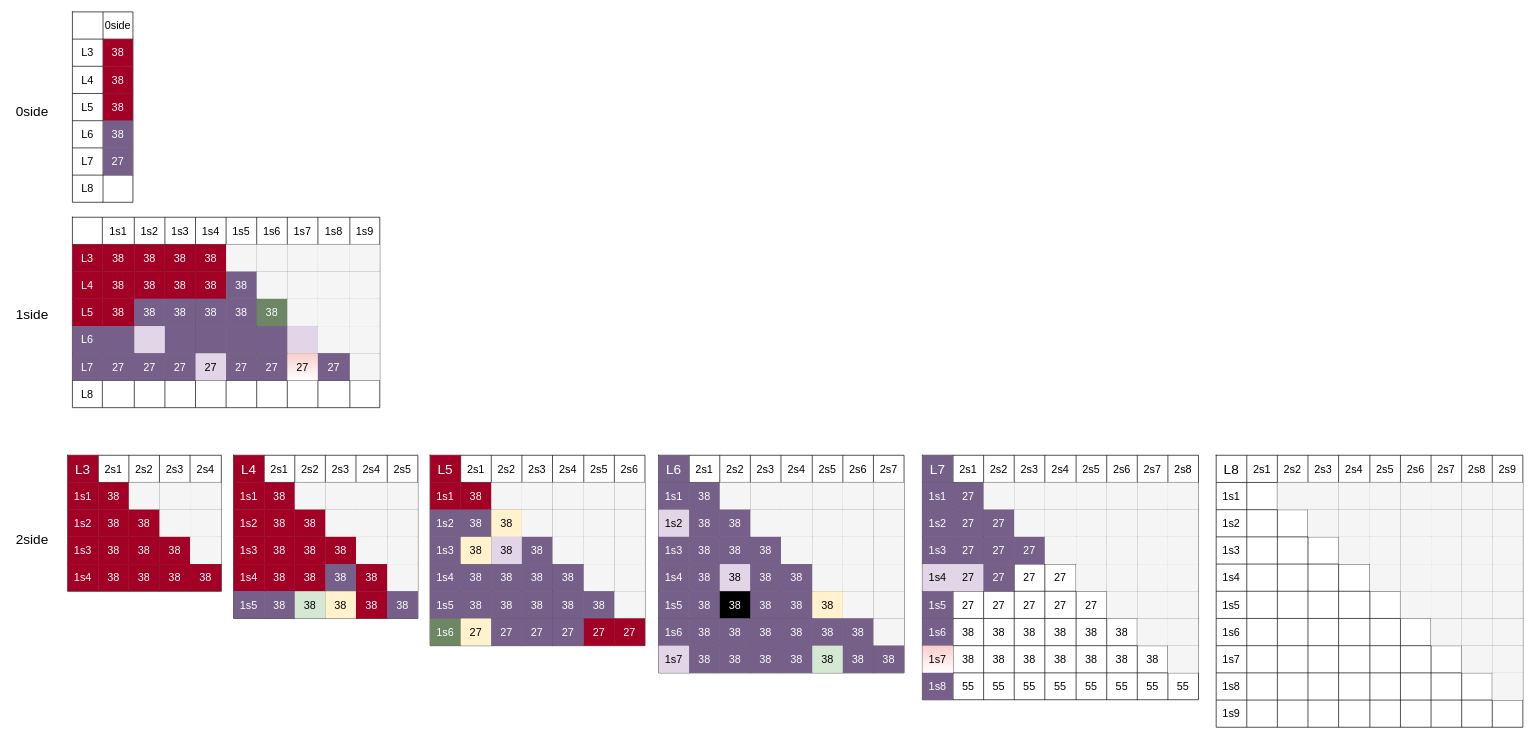
Above: page "012side" (1 of 7) of Drawio/觀察 Pyramid Exps7_v3_tight_crop_size256_pad60_jit15.drawio in KongBOy/kong_model2 (draw.io), before the change. Source tidied: cells renumbered, new cells numbered last; positions are measured from the earlier drawing's top-left corner, leaving out a move shared by most shapes. Both pictures are drawn from the tidied source at 68%, with x=0, y=0 at pixel (12, 12).
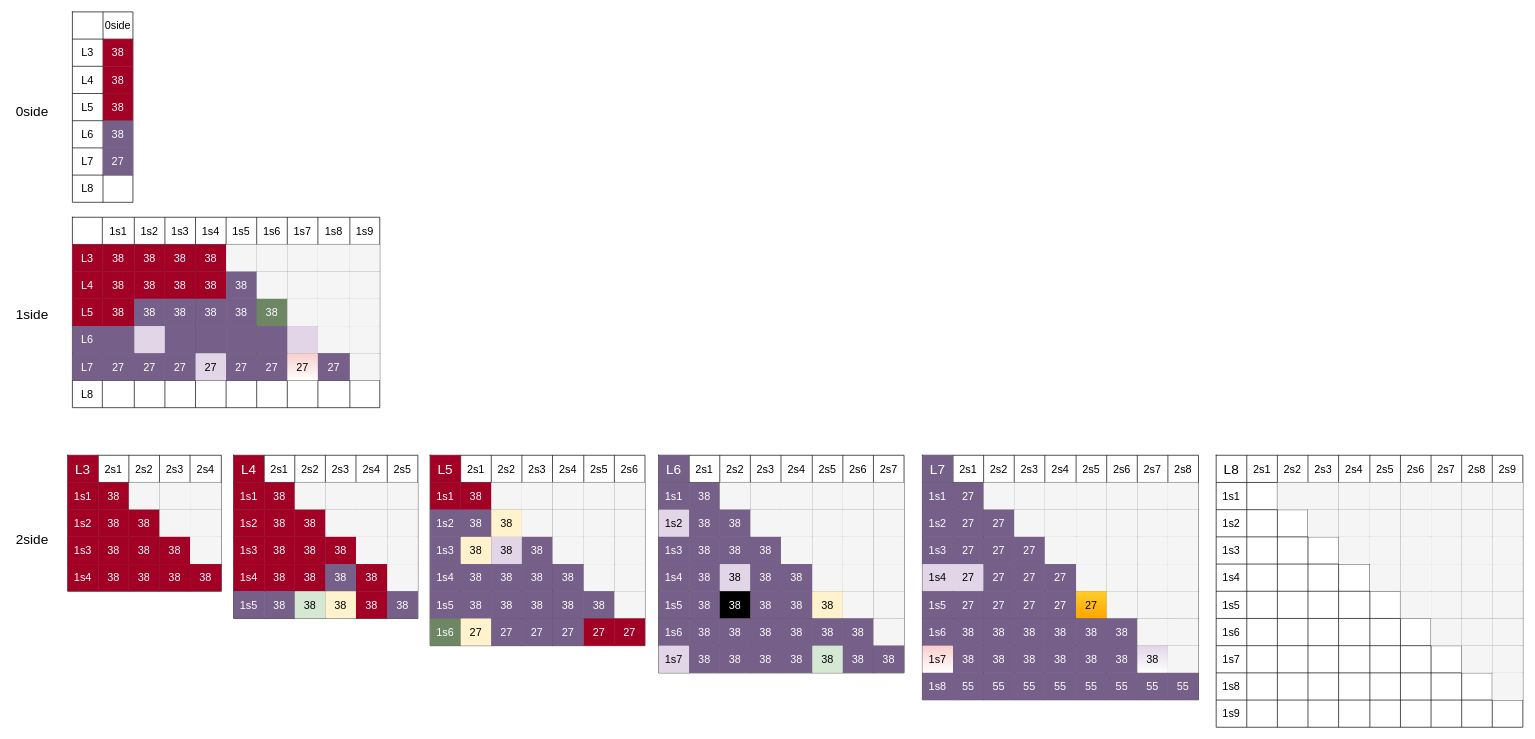
After the change.

The change refers to these unchanged cells:
```xml
<mxCell id="257" style="shape=tableRow;horizontal=0;startSize=0;swimlaneHead=0;swimlaneBody=0;top=0;left=0;bottom=0;right=0;fillColor=none;" parent="216" vertex="1">
  <mxGeometry y="160" width="406" height="40" as="geometry" />
</mxCell>
<mxCell id="267" style="shape=tableRow;horizontal=0;startSize=0;swimlaneHead=0;swimlaneBody=0;top=0;left=0;bottom=0;right=0;fillColor=none;" parent="216" vertex="1">
  <mxGeometry y="200" width="406" height="40" as="geometry" />
</mxCell>
<mxCell id="277" style="shape=tableRow;horizontal=0;startSize=0;swimlaneHead=0;swimlaneBody=0;top=0;left=0;bottom=0;right=0;fillColor=none;" parent="216" vertex="1">
  <mxGeometry y="240" width="406" height="40" as="geometry" />
</mxCell>
<mxCell id="287" style="shape=tableRow;horizontal=0;startSize=0;swimlaneHead=0;swimlaneBody=0;top=0;left=0;bottom=0;right=0;fillColor=none;" parent="216" vertex="1">
  <mxGeometry y="280" width="406" height="40" as="geometry" />
</mxCell>
<mxCell id="297" style="shape=tableRow;horizontal=0;startSize=0;swimlaneHead=0;swimlaneBody=0;top=0;left=0;bottom=0;right=0;fillColor=none;" parent="216" vertex="1">
  <mxGeometry y="320" width="406" height="40" as="geometry" />
</mxCell>
```

Change to the diagram source:
```diff
@@
-    <mxCell id="261" value="27" style="shape=partialRectangle;html=1;whiteSpace=wrap;overflow=hidden;fillColor=none;top=0;left=0;bottom=0;right=0;fontSize=16;" parent="257" vertex="1">
+    <mxCell id="261" value="27" style="shape=partialRectangle;html=1;whiteSpace=wrap;overflow=hidden;fillColor=#76608a;top=0;left=0;bottom=0;right=0;fontSize=16;strokeColor=#432D57;fontColor=#ffffff;" parent="257" vertex="1">
       <mxGeometry x="135" width="45" height="40" as="geometry" />
     </mxCell>
-    <mxCell id="262" value="27" style="shape=partialRectangle;html=1;whiteSpace=wrap;overflow=hidden;fillColor=none;top=0;left=0;bottom=0;right=0;fontSize=16;" parent="257" vertex="1">
+    <mxCell id="262" value="27" style="shape=partialRectangle;html=1;whiteSpace=wrap;overflow=hidden;fillColor=#76608a;top=0;left=0;bottom=0;right=0;fontSize=16;strokeColor=#432D57;fontColor=#ffffff;" parent="257" vertex="1">
       <mxGeometry x="180" width="46" height="40" as="geometry" />
     </mxCell>
@@
-    <mxCell id="269" value="27" style="shape=partialRectangle;html=1;whiteSpace=wrap;overflow=hidden;fillColor=none;top=0;left=0;bottom=0;right=0;fontSize=16;" parent="267" vertex="1">
+    <mxCell id="269" value="27" style="shape=partialRectangle;html=1;whiteSpace=wrap;overflow=hidden;fillColor=#76608a;top=0;left=0;bottom=0;right=0;fontSize=16;strokeColor=#432D57;fontColor=#ffffff;" parent="267" vertex="1">
       <mxGeometry x="45" width="45" height="40" as="geometry" />
     </mxCell>
-    <mxCell id="270" value="27" style="shape=partialRectangle;html=1;whiteSpace=wrap;overflow=hidden;fillColor=none;top=0;left=0;bottom=0;right=0;fontSize=16;" parent="267" vertex="1">
+    <mxCell id="270" value="27" style="shape=partialRectangle;html=1;whiteSpace=wrap;overflow=hidden;fillColor=#76608a;top=0;left=0;bottom=0;right=0;fontSize=16;strokeColor=#432D57;fontColor=#ffffff;" parent="267" vertex="1">
       <mxGeometry x="90" width="45" height="40" as="geometry" />
     </mxCell>
-    <mxCell id="271" value="27" style="shape=partialRectangle;html=1;whiteSpace=wrap;overflow=hidden;fillColor=none;top=0;left=0;bottom=0;right=0;fontSize=16;" parent="267" vertex="1">
+    <mxCell id="271" value="27" style="shape=partialRectangle;html=1;whiteSpace=wrap;overflow=hidden;fillColor=#76608a;top=0;left=0;bottom=0;right=0;fontSize=16;strokeColor=#432D57;fontColor=#ffffff;" parent="267" vertex="1">
       <mxGeometry x="135" width="45" height="40" as="geometry" />
     </mxCell>
-    <mxCell id="272" value="27" style="shape=partialRectangle;html=1;whiteSpace=wrap;overflow=hidden;fillColor=none;top=0;left=0;bottom=0;right=0;fontSize=16;" parent="267" vertex="1">
+    <mxCell id="272" value="27" style="shape=partialRectangle;html=1;whiteSpace=wrap;overflow=hidden;fillColor=#76608a;top=0;left=0;bottom=0;right=0;fontSize=16;strokeColor=#432D57;fontColor=#ffffff;" parent="267" vertex="1">
       <mxGeometry x="180" width="46" height="40" as="geometry" />
     </mxCell>
-    <mxCell id="273" value="27" style="shape=partialRectangle;html=1;whiteSpace=wrap;overflow=hidden;fillColor=none;top=0;left=0;bottom=0;right=0;fontSize=16;" parent="267" vertex="1">
+    <mxCell id="273" value="27" style="shape=partialRectangle;html=1;whiteSpace=wrap;overflow=hidden;fillColor=#ffcd28;top=0;left=0;bottom=0;right=0;fontSize=16;gradientColor=#ffa500;strokeColor=#d79b00;" parent="267" vertex="1">
       <mxGeometry x="226" width="45" height="40" as="geometry" />
     </mxCell>
@@
-    <mxCell id="279" value="38" style="shape=partialRectangle;html=1;whiteSpace=wrap;overflow=hidden;fillColor=none;top=0;left=0;bottom=0;right=0;fontSize=16;" parent="277" vertex="1">
+    <mxCell id="279" value="38" style="shape=partialRectangle;html=1;whiteSpace=wrap;overflow=hidden;fillColor=#76608a;top=0;left=0;bottom=0;right=0;fontSize=16;strokeColor=#432D57;fontColor=#ffffff;" parent="277" vertex="1">
       <mxGeometry x="45" width="45" height="40" as="geometry" />
     </mxCell>
-    <mxCell id="280" value="&lt;span&gt;38&lt;/span&gt;" style="shape=partialRectangle;html=1;whiteSpace=wrap;overflow=hidden;fillColor=none;top=0;left=0;bottom=0;right=0;fontSize=16;" parent="277" vertex="1">
+    <mxCell id="280" value="&lt;span&gt;38&lt;/span&gt;" style="shape=partialRectangle;html=1;whiteSpace=wrap;overflow=hidden;fillColor=#76608a;top=0;left=0;bottom=0;right=0;fontSize=16;strokeColor=#432D57;fontColor=#ffffff;" parent="277" vertex="1">
       <mxGeometry x="90" width="45" height="40" as="geometry" />
     </mxCell>
-    <mxCell id="281" value="&lt;span&gt;38&lt;/span&gt;" style="shape=partialRectangle;html=1;whiteSpace=wrap;overflow=hidden;fillColor=none;top=0;left=0;bottom=0;right=0;fontSize=16;" parent="277" vertex="1">
+    <mxCell id="281" value="&lt;span&gt;38&lt;/span&gt;" style="shape=partialRectangle;html=1;whiteSpace=wrap;overflow=hidden;fillColor=#76608a;top=0;left=0;bottom=0;right=0;fontSize=16;strokeColor=#432D57;fontColor=#ffffff;" parent="277" vertex="1">
       <mxGeometry x="135" width="45" height="40" as="geometry" />
     </mxCell>
-    <mxCell id="282" value="&lt;span&gt;38&lt;/span&gt;" style="shape=partialRectangle;html=1;whiteSpace=wrap;overflow=hidden;fillColor=none;top=0;left=0;bottom=0;right=0;fontSize=16;" parent="277" vertex="1">
+    <mxCell id="282" value="&lt;span&gt;38&lt;/span&gt;" style="shape=partialRectangle;html=1;whiteSpace=wrap;overflow=hidden;fillColor=#76608a;top=0;left=0;bottom=0;right=0;fontSize=16;strokeColor=#432D57;fontColor=#ffffff;" parent="277" vertex="1">
       <mxGeometry x="180" width="46" height="40" as="geometry" />
     </mxCell>
-    <mxCell id="283" value="&lt;span&gt;38&lt;/span&gt;" style="shape=partialRectangle;html=1;whiteSpace=wrap;overflow=hidden;fillColor=none;top=0;left=0;bottom=0;right=0;fontSize=16;" parent="277" vertex="1">
+    <mxCell id="283" value="&lt;span&gt;38&lt;/span&gt;" style="shape=partialRectangle;html=1;whiteSpace=wrap;overflow=hidden;fillColor=#76608a;top=0;left=0;bottom=0;right=0;fontSize=16;strokeColor=#432D57;fontColor=#ffffff;" parent="277" vertex="1">
       <mxGeometry x="226" width="45" height="40" as="geometry" />
     </mxCell>
-    <mxCell id="284" value="&lt;span&gt;38&lt;/span&gt;" style="shape=partialRectangle;html=1;whiteSpace=wrap;overflow=hidden;fillColor=none;top=0;left=0;bottom=0;right=0;fontSize=16;" parent="277" vertex="1">
+    <mxCell id="284" value="&lt;span&gt;38&lt;/span&gt;" style="shape=partialRectangle;html=1;whiteSpace=wrap;overflow=hidden;fillColor=#76608a;top=0;left=0;bottom=0;right=0;fontSize=16;strokeColor=#432D57;fontColor=#ffffff;" parent="277" vertex="1">
       <mxGeometry x="271" width="45" height="40" as="geometry" />
     </mxCell>
@@
-    <mxCell id="289" value="&lt;span&gt;38&lt;/span&gt;" style="shape=partialRectangle;html=1;whiteSpace=wrap;overflow=hidden;fillColor=none;top=0;left=0;bottom=0;right=0;fontSize=16;" parent="287" vertex="1">
+    <mxCell id="289" value="&lt;span&gt;38&lt;/span&gt;" style="shape=partialRectangle;html=1;whiteSpace=wrap;overflow=hidden;fillColor=#76608a;top=0;left=0;bottom=0;right=0;fontSize=16;strokeColor=#432D57;fontColor=#ffffff;" parent="287" vertex="1">
       <mxGeometry x="45" width="45" height="40" as="geometry" />
     </mxCell>
-    <mxCell id="290" value="&lt;span&gt;38&lt;/span&gt;" style="shape=partialRectangle;html=1;whiteSpace=wrap;overflow=hidden;fillColor=none;top=0;left=0;bottom=0;right=0;fontSize=16;" parent="287" vertex="1">
+    <mxCell id="290" value="&lt;span&gt;38&lt;/span&gt;" style="shape=partialRectangle;html=1;whiteSpace=wrap;overflow=hidden;fillColor=#76608a;top=0;left=0;bottom=0;right=0;fontSize=16;strokeColor=#432D57;fontColor=#ffffff;" parent="287" vertex="1">
       <mxGeometry x="90" width="45" height="40" as="geometry" />
     </mxCell>
-    <mxCell id="291" value="&lt;span&gt;38&lt;/span&gt;" style="shape=partialRectangle;html=1;whiteSpace=wrap;overflow=hidden;fillColor=none;top=0;left=0;bottom=0;right=0;fontSize=16;" parent="287" vertex="1">
+    <mxCell id="291" value="&lt;span&gt;38&lt;/span&gt;" style="shape=partialRectangle;html=1;whiteSpace=wrap;overflow=hidden;fillColor=#76608a;top=0;left=0;bottom=0;right=0;fontSize=16;strokeColor=#432D57;fontColor=#ffffff;" parent="287" vertex="1">
       <mxGeometry x="135" width="45" height="40" as="geometry" />
     </mxCell>
-    <mxCell id="292" value="&lt;span&gt;38&lt;/span&gt;" style="shape=partialRectangle;html=1;whiteSpace=wrap;overflow=hidden;fillColor=none;top=0;left=0;bottom=0;right=0;fontSize=16;" parent="287" vertex="1">
+    <mxCell id="292" value="&lt;span&gt;38&lt;/span&gt;" style="shape=partialRectangle;html=1;whiteSpace=wrap;overflow=hidden;fillColor=#76608a;top=0;left=0;bottom=0;right=0;fontSize=16;strokeColor=#432D57;fontColor=#ffffff;" parent="287" vertex="1">
       <mxGeometry x="180" width="46" height="40" as="geometry" />
     </mxCell>
-    <mxCell id="293" value="38" style="shape=partialRectangle;html=1;whiteSpace=wrap;overflow=hidden;fillColor=none;top=0;left=0;bottom=0;right=0;fontSize=16;" parent="287" vertex="1">
+    <mxCell id="293" value="38" style="shape=partialRectangle;html=1;whiteSpace=wrap;overflow=hidden;fillColor=#76608a;top=0;left=0;bottom=0;right=0;fontSize=16;strokeColor=#432D57;fontColor=#ffffff;" parent="287" vertex="1">
       <mxGeometry x="226" width="45" height="40" as="geometry" />
     </mxCell>
-    <mxCell id="294" value="38" style="shape=partialRectangle;html=1;whiteSpace=wrap;overflow=hidden;fillColor=none;top=0;left=0;bottom=0;right=0;fontSize=16;" parent="287" vertex="1">
+    <mxCell id="294" value="38" style="shape=partialRectangle;html=1;whiteSpace=wrap;overflow=hidden;fillColor=#76608a;top=0;left=0;bottom=0;right=0;fontSize=16;strokeColor=#432D57;fontColor=#ffffff;" parent="287" vertex="1">
       <mxGeometry x="271" width="45" height="40" as="geometry" />
     </mxCell>
-    <mxCell id="295" value="38" style="shape=partialRectangle;html=1;whiteSpace=wrap;overflow=hidden;fillColor=none;top=0;left=0;bottom=0;right=0;fontSize=16;" parent="287" vertex="1">
+    <mxCell id="295" value="38" style="shape=partialRectangle;html=1;whiteSpace=wrap;overflow=hidden;fillColor=#e1d5e7;top=0;left=0;bottom=0;right=0;fontSize=16;strokeColor=#9673a6;gradientColor=#ffffff;" parent="287" vertex="1">
       <mxGeometry x="316" width="45" height="40" as="geometry" />
     </mxCell>
@@
-    <mxCell id="299" value="55" style="shape=partialRectangle;html=1;whiteSpace=wrap;overflow=hidden;fillColor=none;top=0;left=0;bottom=0;right=0;fontSize=16;" parent="297" vertex="1">
+    <mxCell id="299" value="55" style="shape=partialRectangle;html=1;whiteSpace=wrap;overflow=hidden;fillColor=#76608a;top=0;left=0;bottom=0;right=0;fontSize=16;strokeColor=#432D57;fontColor=#ffffff;" parent="297" vertex="1">
       <mxGeometry x="45" width="45" height="40" as="geometry" />
     </mxCell>
-    <mxCell id="300" value="&lt;span&gt;55&lt;/span&gt;" style="shape=partialRectangle;html=1;whiteSpace=wrap;overflow=hidden;fillColor=none;top=0;left=0;bottom=0;right=0;fontSize=16;" parent="297" vertex="1">
+    <mxCell id="300" value="&lt;span&gt;55&lt;/span&gt;" style="shape=partialRectangle;html=1;whiteSpace=wrap;overflow=hidden;fillColor=#76608a;top=0;left=0;bottom=0;right=0;fontSize=16;strokeColor=#432D57;fontColor=#ffffff;" parent="297" vertex="1">
       <mxGeometry x="90" width="45" height="40" as="geometry" />
     </mxCell>
-    <mxCell id="301" value="&lt;span&gt;55&lt;/span&gt;" style="shape=partialRectangle;html=1;whiteSpace=wrap;overflow=hidden;fillColor=none;top=0;left=0;bottom=0;right=0;fontSize=16;" parent="297" vertex="1">
+    <mxCell id="301" value="&lt;span&gt;55&lt;/span&gt;" style="shape=partialRectangle;html=1;whiteSpace=wrap;overflow=hidden;fillColor=#76608a;top=0;left=0;bottom=0;right=0;fontSize=16;strokeColor=#432D57;fontColor=#ffffff;" parent="297" vertex="1">
       <mxGeometry x="135" width="45" height="40" as="geometry" />
     </mxCell>
-    <mxCell id="302" value="&lt;span&gt;55&lt;/span&gt;" style="shape=partialRectangle;html=1;whiteSpace=wrap;overflow=hidden;fillColor=none;top=0;left=0;bottom=0;right=0;fontSize=16;" parent="297" vertex="1">
+    <mxCell id="302" value="&lt;span&gt;55&lt;/span&gt;" style="shape=partialRectangle;html=1;whiteSpace=wrap;overflow=hidden;fillColor=#76608a;top=0;left=0;bottom=0;right=0;fontSize=16;strokeColor=#432D57;fontColor=#ffffff;" parent="297" vertex="1">
       <mxGeometry x="180" width="46" height="40" as="geometry" />
     </mxCell>
-    <mxCell id="303" value="&lt;span&gt;55&lt;/span&gt;" style="shape=partialRectangle;html=1;whiteSpace=wrap;overflow=hidden;fillColor=none;top=0;left=0;bottom=0;right=0;fontSize=16;" parent="297" vertex="1">
+    <mxCell id="303" value="&lt;span&gt;55&lt;/span&gt;" style="shape=partialRectangle;html=1;whiteSpace=wrap;overflow=hidden;fillColor=#76608a;top=0;left=0;bottom=0;right=0;fontSize=16;strokeColor=#432D57;fontColor=#ffffff;" parent="297" vertex="1">
       <mxGeometry x="226" width="45" height="40" as="geometry" />
     </mxCell>
-    <mxCell id="304" value="&lt;span&gt;55&lt;/span&gt;" style="shape=partialRectangle;html=1;whiteSpace=wrap;overflow=hidden;fillColor=none;top=0;left=0;bottom=0;right=0;fontSize=16;" parent="297" vertex="1">
+    <mxCell id="304" value="&lt;span&gt;55&lt;/span&gt;" style="shape=partialRectangle;html=1;whiteSpace=wrap;overflow=hidden;fillColor=#76608a;top=0;left=0;bottom=0;right=0;fontSize=16;strokeColor=#432D57;fontColor=#ffffff;" parent="297" vertex="1">
       <mxGeometry x="271" width="45" height="40" as="geometry" />
     </mxCell>
-    <mxCell id="305" value="&lt;span&gt;55&lt;/span&gt;" style="shape=partialRectangle;html=1;whiteSpace=wrap;overflow=hidden;fillColor=none;top=0;left=0;bottom=0;right=0;fontSize=16;" parent="297" vertex="1">
+    <mxCell id="305" value="&lt;span&gt;55&lt;/span&gt;" style="shape=partialRectangle;html=1;whiteSpace=wrap;overflow=hidden;fillColor=#76608a;top=0;left=0;bottom=0;right=0;fontSize=16;strokeColor=#432D57;fontColor=#ffffff;" parent="297" vertex="1">
       <mxGeometry x="316" width="45" height="40" as="geometry" />
     </mxCell>
-    <mxCell id="306" value="&lt;span&gt;55&lt;/span&gt;" style="shape=partialRectangle;html=1;whiteSpace=wrap;overflow=hidden;fillColor=none;top=0;left=0;bottom=0;right=0;fontSize=16;" parent="297" vertex="1">
+    <mxCell id="306" value="&lt;span&gt;55&lt;/span&gt;" style="shape=partialRectangle;html=1;whiteSpace=wrap;overflow=hidden;fillColor=#76608a;top=0;left=0;bottom=0;right=0;fontSize=16;strokeColor=#432D57;fontColor=#ffffff;" parent="297" vertex="1">
       <mxGeometry x="361" width="45" height="40" as="geometry" />
     </mxCell>
```
